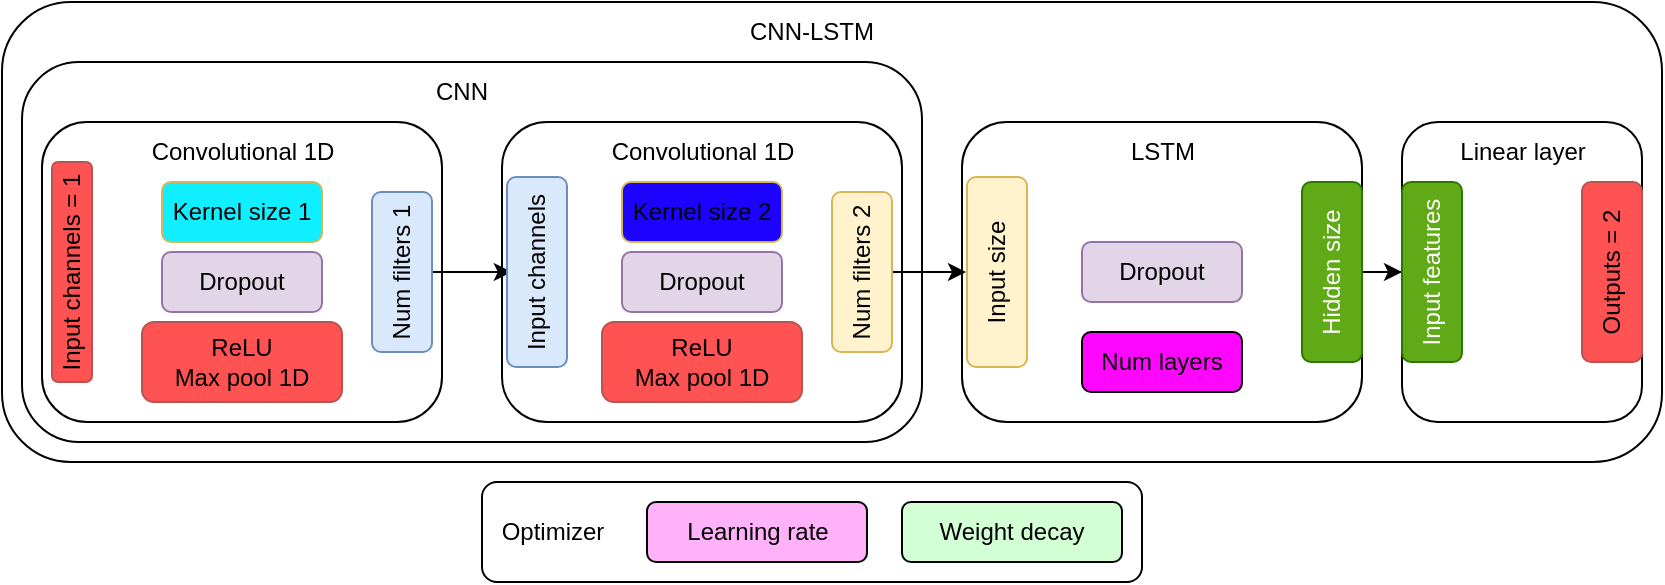
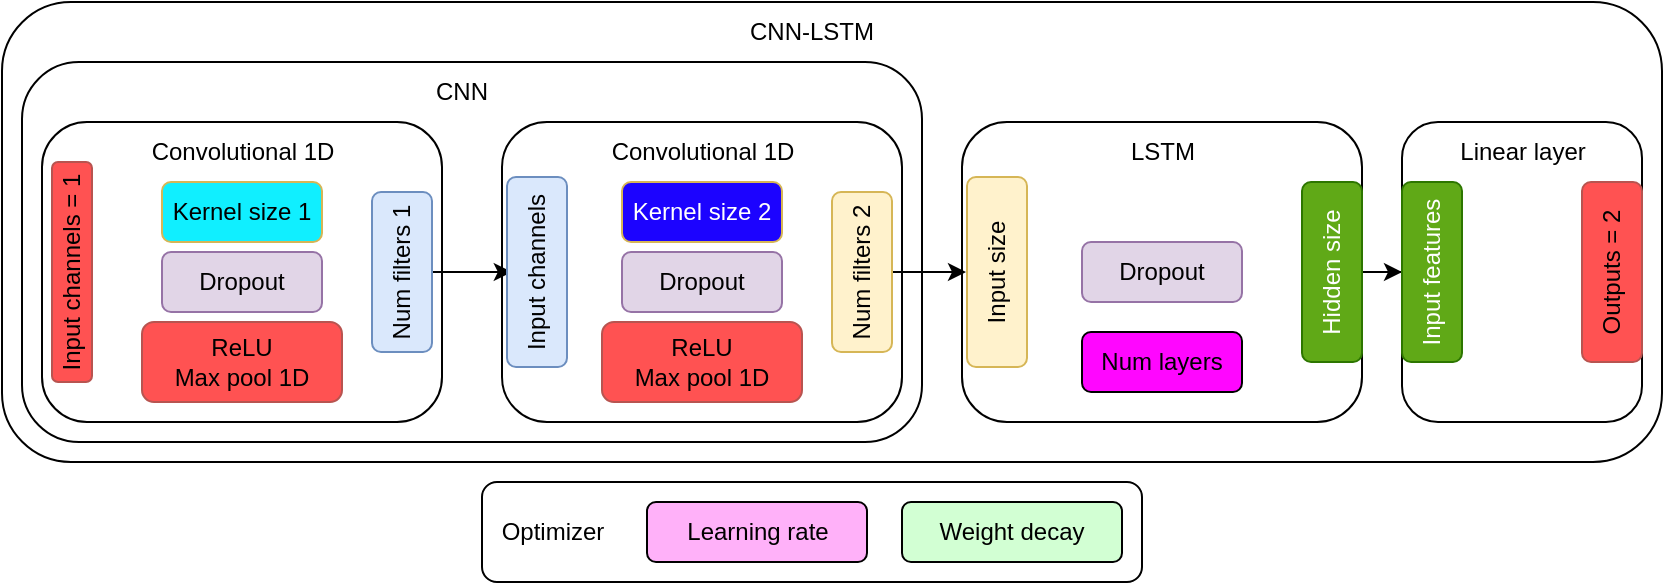
<mxfile host="Electron" agent="Mozilla/5.0 (X11; Linux x86_64) AppleWebKit/537.36 (KHTML, like Gecko) draw.io/28.2.5 Chrome/138.0.7204.251 Electron/37.6.1 Safari/537.36" version="28.2.5">
  <diagram name="Page-1" id="mRdsKQpgMgX6TIQhmyNM">
-     <mxGraphModel dx="1188" dy="663" grid="1" gridSize="10" guides="1" tooltips="1" connect="1" arrows="1" fold="1" page="1" pageScale="1" pageWidth="850" pageHeight="1100" math="0" shadow="0">
+     <mxGraphModel dx="1426" dy="795" grid="1" gridSize="10" guides="1" tooltips="1" connect="1" arrows="1" fold="1" page="1" pageScale="1" pageWidth="850" pageHeight="1100" math="0" shadow="0">
      <root>
        <mxCell id="0" />
        <mxCell id="1" parent="0" />
-         <mxCell id="6au6BT8v0azq__SwXqk2-5" value="" style="rounded=1;whiteSpace=wrap;html=1;" vertex="1" parent="1">
+         <mxCell id="6au6BT8v0azq__SwXqk2-5" value="" style="rounded=1;whiteSpace=wrap;html=1;" parent="1" vertex="1">
          <mxGeometry x="20" y="160" width="830" height="230" as="geometry" />
        </mxCell>
-         <mxCell id="6au6BT8v0azq__SwXqk2-3" value="" style="rounded=1;whiteSpace=wrap;html=1;" vertex="1" parent="1">
+         <mxCell id="6au6BT8v0azq__SwXqk2-3" value="" style="rounded=1;whiteSpace=wrap;html=1;" parent="1" vertex="1">
          <mxGeometry x="30" y="190" width="450" height="190" as="geometry" />
        </mxCell>
        <mxCell id="3CRBCKUQh1SgvKSEJVqK-1" value="&lt;div&gt;&lt;br&gt;&lt;/div&gt;" style="rounded=1;whiteSpace=wrap;html=1;" parent="1" vertex="1">
          <mxGeometry x="40" y="220" width="200" height="150" as="geometry" />
        </mxCell>
-         <mxCell id="6au6BT8v0azq__SwXqk2-1" value="&lt;div&gt;&lt;div&gt;&lt;br&gt;&lt;/div&gt;&lt;/div&gt;" style="rounded=1;whiteSpace=wrap;html=1;" vertex="1" parent="1">
+         <mxCell id="6au6BT8v0azq__SwXqk2-1" value="&lt;div&gt;&lt;div&gt;&lt;br&gt;&lt;/div&gt;&lt;/div&gt;" style="rounded=1;whiteSpace=wrap;html=1;" parent="1" vertex="1">
          <mxGeometry x="270" y="220" width="200" height="150" as="geometry" />
        </mxCell>
-         <mxCell id="6au6BT8v0azq__SwXqk2-2" value="" style="rounded=1;whiteSpace=wrap;html=1;" vertex="1" parent="1">
+         <mxCell id="6au6BT8v0azq__SwXqk2-2" value="" style="rounded=1;whiteSpace=wrap;html=1;" parent="1" vertex="1">
          <mxGeometry x="500" y="220" width="200" height="150" as="geometry" />
        </mxCell>
-         <mxCell id="6au6BT8v0azq__SwXqk2-4" value="CNN" style="text;html=1;align=center;verticalAlign=middle;whiteSpace=wrap;rounded=0;" vertex="1" parent="1">
+         <mxCell id="6au6BT8v0azq__SwXqk2-4" value="CNN" style="text;html=1;align=center;verticalAlign=middle;whiteSpace=wrap;rounded=0;" parent="1" vertex="1">
          <mxGeometry x="220" y="190" width="60" height="30" as="geometry" />
        </mxCell>
-         <mxCell id="6au6BT8v0azq__SwXqk2-6" value="CNN-LSTM" style="text;html=1;align=center;verticalAlign=middle;whiteSpace=wrap;rounded=0;" vertex="1" parent="1">
+         <mxCell id="6au6BT8v0azq__SwXqk2-6" value="CNN-LSTM" style="text;html=1;align=center;verticalAlign=middle;whiteSpace=wrap;rounded=0;" parent="1" vertex="1">
          <mxGeometry x="360" y="160" width="130" height="30" as="geometry" />
        </mxCell>
-         <mxCell id="6au6BT8v0azq__SwXqk2-11" style="edgeStyle=orthogonalEdgeStyle;rounded=0;orthogonalLoop=1;jettySize=auto;html=1;entryX=0.494;entryY=-0.002;entryDx=0;entryDy=0;entryPerimeter=0;" edge="1" parent="1">
+         <mxCell id="6au6BT8v0azq__SwXqk2-11" style="edgeStyle=orthogonalEdgeStyle;rounded=0;orthogonalLoop=1;jettySize=auto;html=1;entryX=0.494;entryY=-0.002;entryDx=0;entryDy=0;entryPerimeter=0;" parent="1" edge="1">
          <mxGeometry relative="1" as="geometry">
            <mxPoint x="235" y="295" as="sourcePoint" />
            <mxPoint x="274.94000000000005" y="295.5999999999999" as="targetPoint" />
          </mxGeometry>
        </mxCell>
-         <mxCell id="6au6BT8v0azq__SwXqk2-14" style="edgeStyle=orthogonalEdgeStyle;rounded=0;orthogonalLoop=1;jettySize=auto;html=1;entryX=0.508;entryY=0.067;entryDx=0;entryDy=0;entryPerimeter=0;" edge="1" parent="1">
+         <mxCell id="6au6BT8v0azq__SwXqk2-14" style="edgeStyle=orthogonalEdgeStyle;rounded=0;orthogonalLoop=1;jettySize=auto;html=1;entryX=0.508;entryY=0.067;entryDx=0;entryDy=0;entryPerimeter=0;" parent="1" edge="1">
          <mxGeometry relative="1" as="geometry">
            <mxPoint x="465" y="295" as="sourcePoint" />
            <mxPoint x="502.01" y="294.4399999999998" as="targetPoint" />
          </mxGeometry>
        </mxCell>
-         <mxCell id="6au6BT8v0azq__SwXqk2-15" value="ReLU&lt;div&gt;Max pool 1D&lt;/div&gt;" style="rounded=1;whiteSpace=wrap;html=1;fillColor=#FF5252;strokeColor=#b85450;" vertex="1" parent="1">
+         <mxCell id="6au6BT8v0azq__SwXqk2-15" value="ReLU&lt;div&gt;Max pool 1D&lt;/div&gt;" style="rounded=1;whiteSpace=wrap;html=1;fillColor=#FF5252;strokeColor=#b85450;" parent="1" vertex="1">
          <mxGeometry x="90" y="320" width="100" height="40" as="geometry" />
        </mxCell>
-         <mxCell id="6au6BT8v0azq__SwXqk2-16" value="ReLU&lt;div&gt;Max pool 1D&lt;/div&gt;" style="rounded=1;whiteSpace=wrap;html=1;fillColor=#FF5252;strokeColor=#b85450;" vertex="1" parent="1">
+         <mxCell id="6au6BT8v0azq__SwXqk2-16" value="ReLU&lt;div&gt;Max pool 1D&lt;/div&gt;" style="rounded=1;whiteSpace=wrap;html=1;fillColor=#FF5252;strokeColor=#b85450;" parent="1" vertex="1">
          <mxGeometry x="320" y="320" width="100" height="40" as="geometry" />
        </mxCell>
-         <mxCell id="6au6BT8v0azq__SwXqk2-17" value="Input channels = 1" style="rounded=1;whiteSpace=wrap;html=1;fillColor=#FF5252;strokeColor=#b85450;rotation=-90;" vertex="1" parent="1">
+         <mxCell id="6au6BT8v0azq__SwXqk2-17" value="Input channels = 1" style="rounded=1;whiteSpace=wrap;html=1;fillColor=#FF5252;strokeColor=#b85450;rotation=-90;" parent="1" vertex="1">
          <mxGeometry y="285" width="110" height="20" as="geometry" />
        </mxCell>
-         <mxCell id="6au6BT8v0azq__SwXqk2-18" value="Num filters 1" style="rounded=1;whiteSpace=wrap;html=1;fillColor=#dae8fc;strokeColor=#6c8ebf;rotation=-90;" vertex="1" parent="1">
+         <mxCell id="6au6BT8v0azq__SwXqk2-18" value="Num filters 1" style="rounded=1;whiteSpace=wrap;html=1;fillColor=#dae8fc;strokeColor=#6c8ebf;rotation=-90;" parent="1" vertex="1">
          <mxGeometry x="180" y="280" width="80" height="30" as="geometry" />
        </mxCell>
-         <mxCell id="6au6BT8v0azq__SwXqk2-19" value="Input channels" style="rounded=1;whiteSpace=wrap;html=1;fillColor=#dae8fc;strokeColor=#6c8ebf;rotation=-90;" vertex="1" parent="1">
+         <mxCell id="6au6BT8v0azq__SwXqk2-19" value="Input channels" style="rounded=1;whiteSpace=wrap;html=1;fillColor=#dae8fc;strokeColor=#6c8ebf;rotation=-90;" parent="1" vertex="1">
          <mxGeometry x="240" y="280" width="95" height="30" as="geometry" />
        </mxCell>
-         <mxCell id="6au6BT8v0azq__SwXqk2-20" value="Num filters 2" style="rounded=1;whiteSpace=wrap;html=1;fillColor=#fff2cc;strokeColor=#d6b656;rotation=-90;" vertex="1" parent="1">
+         <mxCell id="6au6BT8v0azq__SwXqk2-20" value="Num filters 2" style="rounded=1;whiteSpace=wrap;html=1;fillColor=#fff2cc;strokeColor=#d6b656;rotation=-90;" parent="1" vertex="1">
          <mxGeometry x="410" y="280" width="80" height="30" as="geometry" />
        </mxCell>
-         <mxCell id="6au6BT8v0azq__SwXqk2-21" value="Input size" style="rounded=1;whiteSpace=wrap;html=1;fillColor=#fff2cc;strokeColor=#d6b656;rotation=-90;" vertex="1" parent="1">
+         <mxCell id="6au6BT8v0azq__SwXqk2-21" value="Input size" style="rounded=1;whiteSpace=wrap;html=1;fillColor=#fff2cc;strokeColor=#d6b656;rotation=-90;" parent="1" vertex="1">
          <mxGeometry x="470" y="280" width="95" height="30" as="geometry" />
        </mxCell>
-         <mxCell id="6au6BT8v0azq__SwXqk2-22" value="Dropout" style="rounded=1;whiteSpace=wrap;html=1;fillColor=#e1d5e7;strokeColor=#9673a6;rotation=0;" vertex="1" parent="1">
+         <mxCell id="6au6BT8v0azq__SwXqk2-22" value="Dropout" style="rounded=1;whiteSpace=wrap;html=1;fillColor=#e1d5e7;strokeColor=#9673a6;rotation=0;" parent="1" vertex="1">
          <mxGeometry x="100" y="285" width="80" height="30" as="geometry" />
        </mxCell>
-         <mxCell id="6au6BT8v0azq__SwXqk2-23" value="Dropout" style="rounded=1;whiteSpace=wrap;html=1;fillColor=#e1d5e7;strokeColor=#9673a6;rotation=0;" vertex="1" parent="1">
+         <mxCell id="6au6BT8v0azq__SwXqk2-23" value="Dropout" style="rounded=1;whiteSpace=wrap;html=1;fillColor=#e1d5e7;strokeColor=#9673a6;rotation=0;" parent="1" vertex="1">
          <mxGeometry x="330" y="285" width="80" height="30" as="geometry" />
        </mxCell>
-         <mxCell id="6au6BT8v0azq__SwXqk2-24" value="" style="rounded=1;whiteSpace=wrap;html=1;" vertex="1" parent="1">
+         <mxCell id="6au6BT8v0azq__SwXqk2-24" value="" style="rounded=1;whiteSpace=wrap;html=1;" parent="1" vertex="1">
          <mxGeometry x="720" y="220" width="120" height="150" as="geometry" />
        </mxCell>
-         <mxCell id="6au6BT8v0azq__SwXqk2-46" style="edgeStyle=orthogonalEdgeStyle;rounded=0;orthogonalLoop=1;jettySize=auto;html=1;entryX=0.5;entryY=0;entryDx=0;entryDy=0;" edge="1" parent="1" source="6au6BT8v0azq__SwXqk2-26" target="6au6BT8v0azq__SwXqk2-27">
+         <mxCell id="6au6BT8v0azq__SwXqk2-46" style="edgeStyle=orthogonalEdgeStyle;rounded=0;orthogonalLoop=1;jettySize=auto;html=1;entryX=0.5;entryY=0;entryDx=0;entryDy=0;" parent="1" source="6au6BT8v0azq__SwXqk2-26" target="6au6BT8v0azq__SwXqk2-27" edge="1">
          <mxGeometry relative="1" as="geometry" />
        </mxCell>
-         <mxCell id="6au6BT8v0azq__SwXqk2-26" value="Hidden size" style="rounded=1;whiteSpace=wrap;html=1;fillColor=#60a917;strokeColor=#2D7600;fillStyle=auto;fontColor=#ffffff;rotation=-90;" vertex="1" parent="1">
+         <mxCell id="6au6BT8v0azq__SwXqk2-26" value="Hidden size" style="rounded=1;whiteSpace=wrap;html=1;fillColor=#60a917;strokeColor=#2D7600;fillStyle=auto;fontColor=#ffffff;rotation=-90;" parent="1" vertex="1">
          <mxGeometry x="640" y="280" width="90" height="30" as="geometry" />
        </mxCell>
-         <mxCell id="6au6BT8v0azq__SwXqk2-27" value="Input features" style="rounded=1;whiteSpace=wrap;html=1;fillColor=#60a917;strokeColor=#2D7600;fillStyle=auto;fontColor=#ffffff;rotation=-90;" vertex="1" parent="1">
+         <mxCell id="6au6BT8v0azq__SwXqk2-27" value="Input features" style="rounded=1;whiteSpace=wrap;html=1;fillColor=#60a917;strokeColor=#2D7600;fillStyle=auto;fontColor=#ffffff;rotation=-90;" parent="1" vertex="1">
          <mxGeometry x="690" y="280" width="90" height="30" as="geometry" />
        </mxCell>
-         <mxCell id="6au6BT8v0azq__SwXqk2-28" value="Linear layer" style="text;html=1;align=center;verticalAlign=middle;resizable=0;points=[];autosize=1;strokeColor=none;fillColor=none;" vertex="1" parent="1">
+         <mxCell id="6au6BT8v0azq__SwXqk2-28" value="Linear layer" style="text;html=1;align=center;verticalAlign=middle;resizable=0;points=[];autosize=1;strokeColor=none;fillColor=none;" parent="1" vertex="1">
          <mxGeometry x="735" y="220" width="90" height="30" as="geometry" />
        </mxCell>
-         <mxCell id="6au6BT8v0azq__SwXqk2-29" value="Outputs = 2" style="rounded=1;whiteSpace=wrap;html=1;fillColor=#FF5252;strokeColor=#b85450;rotation=-90;" vertex="1" parent="1">
+         <mxCell id="6au6BT8v0azq__SwXqk2-29" value="Outputs = 2" style="rounded=1;whiteSpace=wrap;html=1;fillColor=#FF5252;strokeColor=#b85450;rotation=-90;" parent="1" vertex="1">
          <mxGeometry x="780" y="280" width="90" height="30" as="geometry" />
        </mxCell>
-         <mxCell id="6au6BT8v0azq__SwXqk2-30" value="Dropout" style="rounded=1;whiteSpace=wrap;html=1;fillColor=#e1d5e7;strokeColor=#9673a6;rotation=0;" vertex="1" parent="1">
+         <mxCell id="6au6BT8v0azq__SwXqk2-30" value="Dropout" style="rounded=1;whiteSpace=wrap;html=1;fillColor=#e1d5e7;strokeColor=#9673a6;rotation=0;" parent="1" vertex="1">
          <mxGeometry x="560" y="280" width="80" height="30" as="geometry" />
        </mxCell>
-         <mxCell id="6au6BT8v0azq__SwXqk2-31" value="Kernel size 1" style="rounded=1;whiteSpace=wrap;html=1;fillColor=#10EFFF;strokeColor=#d6b656;rotation=0;" vertex="1" parent="1">
+         <mxCell id="6au6BT8v0azq__SwXqk2-31" value="Kernel size 1" style="rounded=1;whiteSpace=wrap;html=1;fillColor=#10EFFF;strokeColor=#d6b656;rotation=0;" parent="1" vertex="1">
          <mxGeometry x="100" y="250" width="80" height="30" as="geometry" />
        </mxCell>
-         <mxCell id="6au6BT8v0azq__SwXqk2-32" value="Convolutional 1D" style="text;html=1;align=center;verticalAlign=middle;resizable=0;points=[];autosize=1;strokeColor=none;fillColor=none;" vertex="1" parent="1">
+         <mxCell id="6au6BT8v0azq__SwXqk2-32" value="Convolutional 1D" style="text;html=1;align=center;verticalAlign=middle;resizable=0;points=[];autosize=1;strokeColor=none;fillColor=none;" parent="1" vertex="1">
          <mxGeometry x="85" y="220" width="110" height="30" as="geometry" />
        </mxCell>
-         <mxCell id="6au6BT8v0azq__SwXqk2-34" value="Kernel size 2" style="rounded=1;whiteSpace=wrap;html=1;fillColor=#1C03FF;strokeColor=#d6b656;rotation=0;fillStyle=auto;" vertex="1" parent="1">
+         <mxCell id="6au6BT8v0azq__SwXqk2-34" value="&lt;font style=&quot;color: rgb(255, 255, 255);&quot;&gt;Kernel size 2&lt;/font&gt;" style="rounded=1;whiteSpace=wrap;html=1;fillColor=#1C03FF;strokeColor=#d6b656;rotation=0;fillStyle=auto;" parent="1" vertex="1">
          <mxGeometry x="330" y="250" width="80" height="30" as="geometry" />
        </mxCell>
-         <mxCell id="6au6BT8v0azq__SwXqk2-36" value="Convolutional 1D" style="text;html=1;align=center;verticalAlign=middle;resizable=0;points=[];autosize=1;strokeColor=none;fillColor=none;" vertex="1" parent="1">
+         <mxCell id="6au6BT8v0azq__SwXqk2-36" value="Convolutional 1D" style="text;html=1;align=center;verticalAlign=middle;resizable=0;points=[];autosize=1;strokeColor=none;fillColor=none;" parent="1" vertex="1">
          <mxGeometry x="315" y="220" width="110" height="30" as="geometry" />
        </mxCell>
-         <mxCell id="6au6BT8v0azq__SwXqk2-37" value="LSTM" style="text;html=1;align=center;verticalAlign=middle;resizable=0;points=[];autosize=1;strokeColor=none;fillColor=none;" vertex="1" parent="1">
+         <mxCell id="6au6BT8v0azq__SwXqk2-37" value="LSTM" style="text;html=1;align=center;verticalAlign=middle;resizable=0;points=[];autosize=1;strokeColor=none;fillColor=none;" parent="1" vertex="1">
          <mxGeometry x="570" y="220" width="60" height="30" as="geometry" />
        </mxCell>
-         <mxCell id="6au6BT8v0azq__SwXqk2-38" value="Num layers" style="rounded=1;whiteSpace=wrap;html=1;fillColor=#FF06FF;" vertex="1" parent="1">
+         <mxCell id="6au6BT8v0azq__SwXqk2-38" value="Num layers" style="rounded=1;whiteSpace=wrap;html=1;fillColor=#FF06FF;" parent="1" vertex="1">
          <mxGeometry x="560" y="325" width="80" height="30" as="geometry" />
        </mxCell>
-         <mxCell id="6au6BT8v0azq__SwXqk2-39" value="" style="rounded=1;whiteSpace=wrap;html=1;" vertex="1" parent="1">
+         <mxCell id="6au6BT8v0azq__SwXqk2-39" value="" style="rounded=1;whiteSpace=wrap;html=1;" parent="1" vertex="1">
          <mxGeometry x="260" y="400" width="330" height="50" as="geometry" />
        </mxCell>
-         <mxCell id="6au6BT8v0azq__SwXqk2-40" value="Learning rate" style="rounded=1;whiteSpace=wrap;html=1;fillColor=#FFB1F9;" vertex="1" parent="1">
+         <mxCell id="6au6BT8v0azq__SwXqk2-40" value="Learning rate" style="rounded=1;whiteSpace=wrap;html=1;fillColor=#FFB1F9;" parent="1" vertex="1">
          <mxGeometry x="342.5" y="410" width="110" height="30" as="geometry" />
        </mxCell>
-         <mxCell id="6au6BT8v0azq__SwXqk2-42" value="Optimizer" style="text;html=1;align=center;verticalAlign=middle;resizable=0;points=[];autosize=1;strokeColor=none;fillColor=none;" vertex="1" parent="1">
+         <mxCell id="6au6BT8v0azq__SwXqk2-42" value="Optimizer" style="text;html=1;align=center;verticalAlign=middle;resizable=0;points=[];autosize=1;strokeColor=none;fillColor=none;" parent="1" vertex="1">
          <mxGeometry x="260" y="410" width="70" height="30" as="geometry" />
        </mxCell>
-         <mxCell id="6au6BT8v0azq__SwXqk2-44" value="Weight decay" style="rounded=1;whiteSpace=wrap;html=1;fillColor=#D2FFD3;" vertex="1" parent="1">
+         <mxCell id="6au6BT8v0azq__SwXqk2-44" value="Weight decay" style="rounded=1;whiteSpace=wrap;html=1;fillColor=#D2FFD3;" parent="1" vertex="1">
          <mxGeometry x="470" y="410" width="110" height="30" as="geometry" />
        </mxCell>
      </root>
    </mxGraphModel>
  </diagram>
</mxfile>
